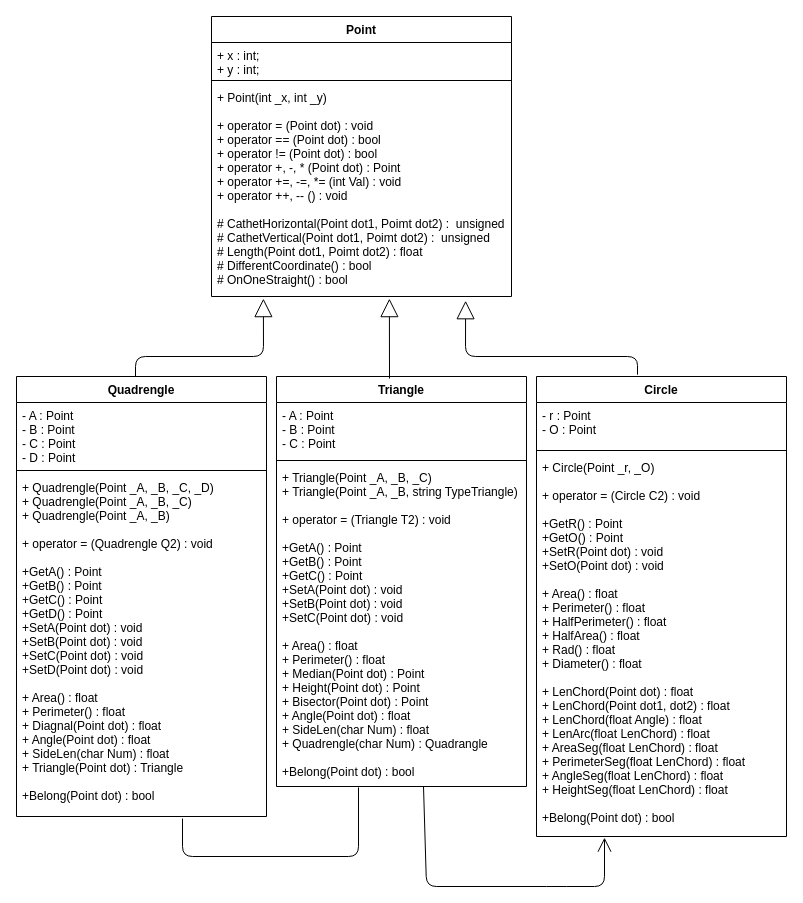
Above: Shapes.drawio in MAXXXYMIRON/OOP_-thrid_task (draw.io), before the change. Source tidied: cells renumbered, new cells numbered last; positions are measured from the earlier drawing's top-left corner, leaving out a move shared by most shapes. Both pictures are drawn from the tidied source at 100%, with x=0, y=0 at pixel (16, 16).
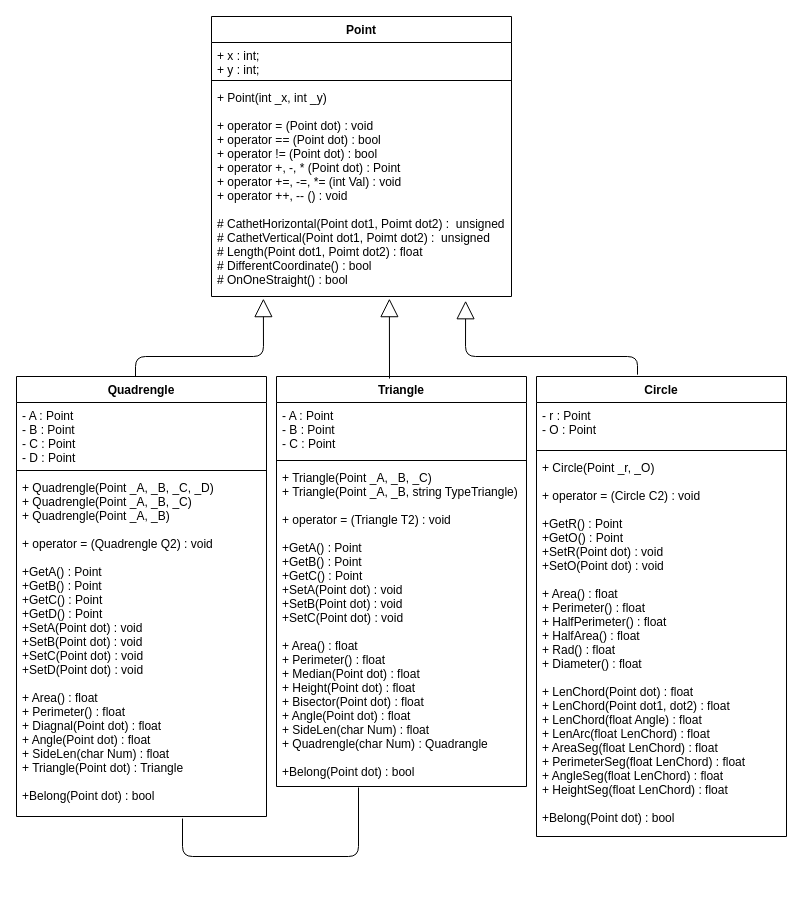
Above is the later version.

Unchanged cells that the change refers to:
```xml
<mxCell id="10" value="Triangle" style="swimlane;fontStyle=1;align=center;verticalAlign=top;horizontal=1;startSize=26;" parent="1" vertex="1">
  <mxGeometry x="260" y="360" width="250" height="410" as="geometry" />
</mxCell>
<mxCell id="17" value="+ Circle(Point _r, _O)&#10;&#10;+ operator = (Circle C2) : void&#10;&#10;+GetR() : Point&#10;+GetO() : Point&#10;+SetR(Point dot) : void&#10;+SetO(Point dot) : void&#10;&#10;+ Area() : float&#10;+ Perimeter() : float&#10;+ HalfPerimeter() : float&#10;+ HalfArea() : float&#10;+ Rad() : float&#10;+ Diameter() : float&#10;&#10;+ LenChord(Point dot) : float&#10;+ LenChord(Point dot1, dot2) : float&#10;+ LenChord(float Angle) : float&#10;+ LenArc(float LenChord) : float&#10;+ AreaSeg(float LenChord) : float&#10;+ PerimeterSeg(float LenChord) : float&#10;+ AngleSeg(float LenChord) : float&#10;+ HeightSeg(float LenChord) : float&#10;&#10;+Belong(Point dot) : bool&#10;&#10;" style="text;strokeColor=none;fillColor=none;align=left;verticalAlign=top;spacingLeft=4;spacingRight=4;overflow=hidden;points=[[0,0.5],[1,0.5]];portConstraint=eastwest;" parent="14" vertex="1">
  <mxGeometry y="78" width="250" height="382" as="geometry" />
</mxCell>
```

Diff of the diagram source:
```diff
@@
-    <mxCell id="13" value="+ Triangle(Point _A, _B, _C)&#10;+ Triangle(Point _A, _B, string TypeTriangle)&#10;&#10;+ operator = (Triangle T2) : void&#10;&#10;+GetA() : Point&#10;+GetB() : Point&#10;+GetC() : Point&#10;+SetA(Point dot) : void&#10;+SetB(Point dot) : void&#10;+SetC(Point dot) : void&#10;&#10;+ Area() : float&#10;+ Perimeter() : float&#10;+ Median(Point dot) : Point&#10;+ Height(Point dot) : Point&#10;+ Bisector(Point dot) : Point&#10;+ Angle(Point dot) : float&#10;+ SideLen(char Num) : float&#10;+ Quadrengle(char Num) : Quadrangle&#10;&#10;+Belong(Point dot) : bool" style="text;strokeColor=none;fillColor=none;align=left;verticalAlign=top;spacingLeft=4;spacingRight=4;overflow=hidden;points=[[0,0.5],[1,0.5]];portConstraint=eastwest;" parent="10" vertex="1">
+    <mxCell id="13" value="+ Triangle(Point _A, _B, _C)&#10;+ Triangle(Point _A, _B, string TypeTriangle)&#10;&#10;+ operator = (Triangle T2) : void&#10;&#10;+GetA() : Point&#10;+GetB() : Point&#10;+GetC() : Point&#10;+SetA(Point dot) : void&#10;+SetB(Point dot) : void&#10;+SetC(Point dot) : void&#10;&#10;+ Area() : float&#10;+ Perimeter() : float&#10;+ Median(Point dot) : float&#10;+ Height(Point dot) : float&#10;+ Bisector(Point dot) : float&#10;+ Angle(Point dot) : float&#10;+ SideLen(char Num) : float&#10;+ Quadrengle(char Num) : Quadrangle&#10;&#10;+Belong(Point dot) : bool" style="text;strokeColor=none;fillColor=none;align=left;verticalAlign=top;spacingLeft=4;spacingRight=4;overflow=hidden;points=[[0,0.5],[1,0.5]];portConstraint=eastwest;" parent="10" vertex="1">
       <mxGeometry y="88" width="250" height="322" as="geometry" />
     </mxCell>
@@
-    <mxCell id="21" style="endArrow=open;endFill=1;endSize=12;html=1;entryX=0.272;entryY=1.003;entryDx=0;entryDy=0;entryPerimeter=0;exitX=0.588;exitY=1;exitDx=0;exitDy=0;exitPerimeter=0;" parent="1" edge="1" source="13" target="17">
-      <mxGeometry relative="1" as="geometry">
-        <Array as="points">
-          <mxPoint x="410" y="870" />
-          <mxPoint x="540" y="870" />
-          <mxPoint x="588" y="870" />
-        </Array>
-      </mxGeometry>
-    </mxCell>
```
